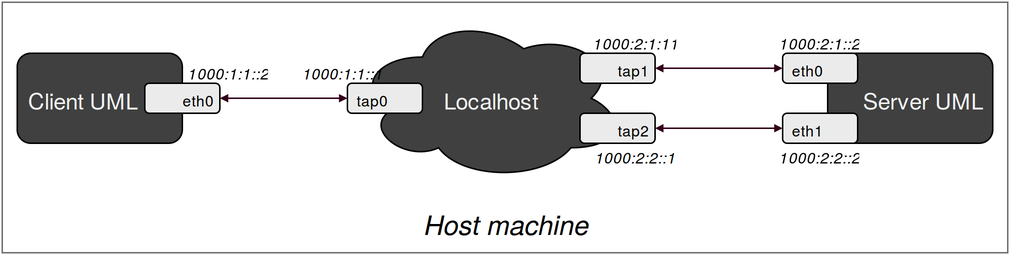
Above: images/Network_Scenario_6_2.png in fabriziodemaria/MPTCP_Security (draw.io), before the change. Source tidied: cells renumbered, new cells last; positions are measured from the earlier drawing's top-left corner, leaving out a move shared by most shapes.
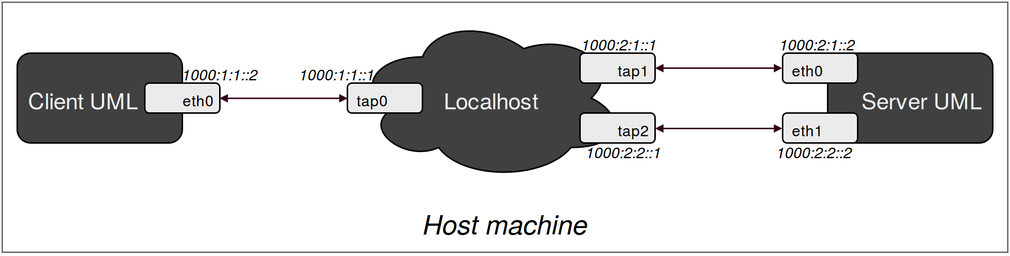
Above is the later version.

What changed in the source:
```diff
@@ -26,11 +26,11 @@
     <mxCell id="9" value="Host machine&lt;br&gt;" style="text;html=1;align=center;verticalAlign=middle;spacingTop=-4;fontSize=18;fontColor=#000000;fontStyle=2;" parent="1" vertex="1">
       <mxGeometry x="295" y="144" width="80" height="10" as="geometry" />
     </mxCell>
-    <mxCell id="10" value="1000:1:1::2" style="text;html=1;align=center;verticalAlign=bottom;spacingTop=-4;fontSize=10;fontColor=#000000;fontStyle=2;" parent="1" vertex="1">
-      <mxGeometry x="114" y="44" width="70" height="10" as="geometry" />
+    <mxCell id="10" value="1000:1:1::2" style="text;align=center;verticalAlign=middle;spacingTop=0;fontSize=10;fontColor=#000000;fontStyle=2;" parent="1" vertex="1">
+      <mxGeometry x="110" y="44" width="70" height="10" as="geometry" />
     </mxCell>
-    <mxCell id="11" value="1000:1:1::1" style="text;html=1;align=center;verticalAlign=bottom;spacingTop=-4;fontSize=10;fontColor=#000000;fontStyle=2;" parent="1" vertex="1">
-      <mxGeometry x="190" y="44" width="70" height="10" as="geometry" />
+    <mxCell id="11" value="1000:1:1::1" style="text;align=center;verticalAlign=middle;spacingTop=0;fontSize=10;fontColor=#000000;fontStyle=2;" parent="1" vertex="1">
+      <mxGeometry x="188" y="44" width="70" height="10" as="geometry" />
     </mxCell>
     <mxCell id="12" style="edgeStyle=none;html=1;exitX=1;exitY=0.5;entryX=0;entryY=0.5;shadow=0;startArrow=block;startFill=1;startSize=3;endArrow=block;endFill=1;endSize=3;jettySize=auto;strokeColor=#33001A;strokeWidth=1;fillColor=#000000;fontSize=8;fontColor=#000000;" parent="1" edge="1" source="13" target="14">
       <mxGeometry x="484.9" y="330" as="geometry" />
@@ -50,16 +50,16 @@
     <mxCell id="17" value="eth0" style="whiteSpace=wrap;html=1;rounded=1;shadow=0;glass=0;strokeColor=#000000;strokeWidth=1;fillColor=#EBEBEB;gradientColor=none;fontSize=10;fontColor=#000000;align=left;spacingLeft=3;" parent="1" vertex="1">
       <mxGeometry x="520" y="34" width="50" height="20" as="geometry" />
     </mxCell>
-    <mxCell id="18" value="1000:2:1:11" style="text;html=1;align=center;verticalAlign=bottom;spacingTop=-4;fontSize=10;fontColor=#000000;fontStyle=2;" parent="1" vertex="1">
-      <mxGeometry x="385" y="24" width="70" height="10" as="geometry" />
+    <mxCell id="18" value="1000:2:1::1" style="text;align=center;verticalAlign=middle;spacingTop=0;fontSize=10;fontColor=#000000;fontStyle=2;" parent="1" vertex="1">
+      <mxGeometry x="376" y="19" width="70" height="20" as="geometry" />
     </mxCell>
-    <mxCell id="19" value="1000:2:2::1" style="text;html=1;align=center;verticalAlign=top;spacingTop=-4;fontSize=10;fontColor=#000000;fontStyle=2;" parent="1" vertex="1">
-      <mxGeometry x="385" y="94" width="70" height="10" as="geometry" />
+    <mxCell id="19" value="1000:2:2::1" style="text;align=center;verticalAlign=middle;spacingTop=0;fontSize=10;fontColor=#000000;fontStyle=2;" parent="1" vertex="1">
+      <mxGeometry x="379" y="96" width="70" height="10" as="geometry" />
     </mxCell>
-    <mxCell id="20" value="1000:2:2::2" style="text;html=1;align=center;verticalAlign=top;spacingTop=-4;fontSize=10;fontColor=#000000;fontStyle=2;" parent="1" vertex="1">
-      <mxGeometry x="508" y="94" width="70" height="10" as="geometry" />
+    <mxCell id="20" value="1000:2:2::2" style="text;align=center;verticalAlign=middle;spacingTop=0;fontSize=10;fontColor=#000000;fontStyle=2;" parent="1" vertex="1">
+      <mxGeometry x="506" y="96" width="70" height="10" as="geometry" />
     </mxCell>
-    <mxCell id="21" value="1000:2:1::2" style="text;html=1;align=center;verticalAlign=bottom;spacingTop=-4;fontSize=10;fontColor=#000000;fontStyle=2;" parent="1" vertex="1">
+    <mxCell id="21" value="1000:2:1::2" style="text;align=center;verticalAlign=middle;spacingTop=0;fontSize=10;fontColor=#000000;fontStyle=2;" parent="1" vertex="1">
       <mxGeometry x="508" y="24" width="70" height="10" as="geometry" />
     </mxCell>
   </root>
```
